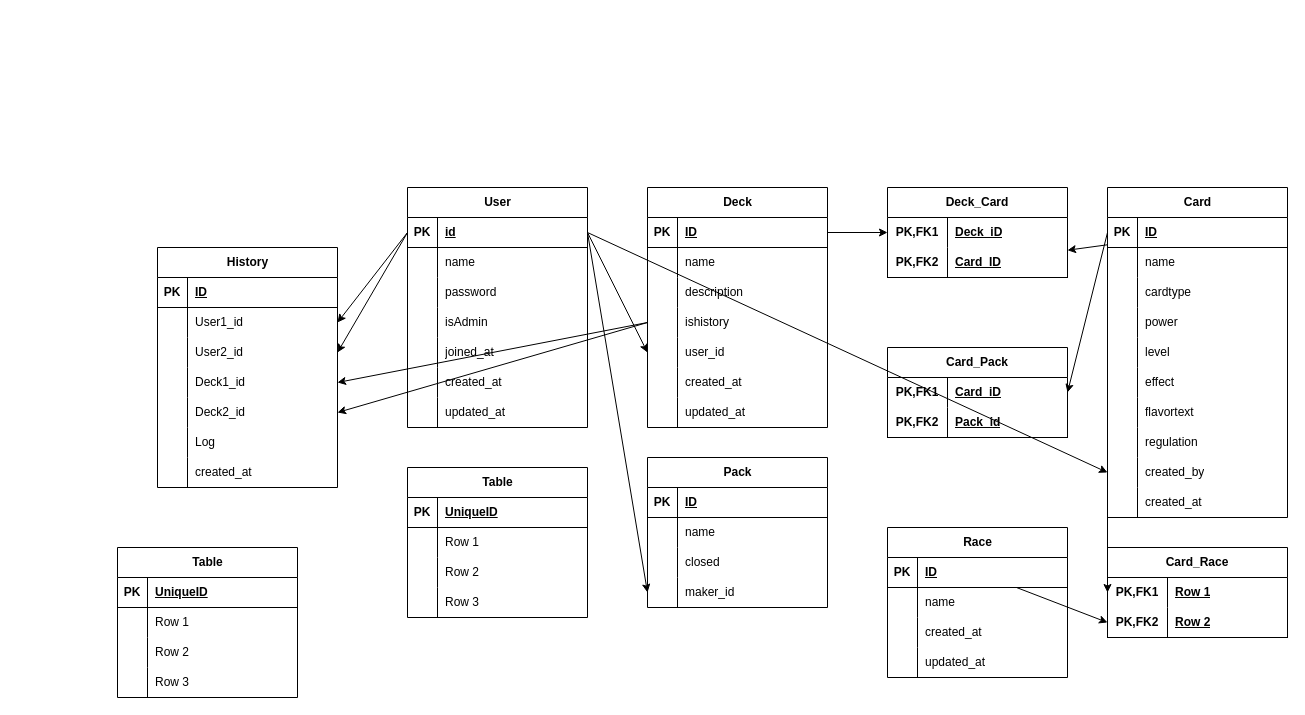
ClimbingJohnny/TCG-Project keeps this draw.io diagram as 名称未設定ファイル.drawio. Above is the earlier version. Source tidied: cells renumbered, new cells numbered last; positions are measured from the earlier drawing's top-left corner, leaving out a move shared by most shapes. Both pictures are drawn from the tidied source at 100%, with x=0, y=0 at pixel (117, 187).
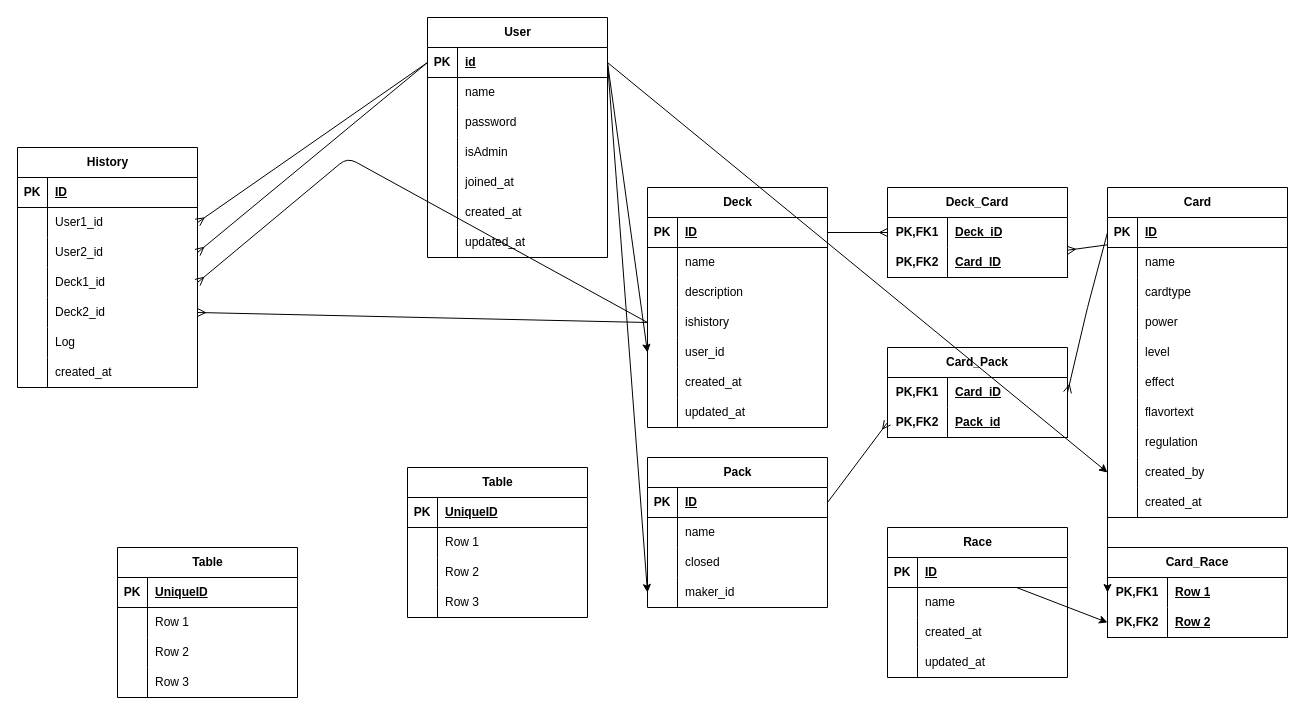
The same diagram, later.

The change refers to these unchanged cells:
```xml
<mxCell id="3" style="shape=tableRow;horizontal=0;startSize=0;swimlaneHead=0;swimlaneBody=0;fillColor=none;points=[[0,0.5],[1,0.5]];portConstraint=eastwest;top=0;left=0;right=0;bottom=1;" parent="2" vertex="1">
  <mxGeometry y="30" width="180" height="30" as="geometry" />
</mxCell>
<mxCell id="25" style="shape=tableRow;horizontal=0;startSize=0;swimlaneHead=0;swimlaneBody=0;fillColor=none;points=[[0,0.5],[1,0.5]];portConstraint=eastwest;top=0;left=0;right=0;bottom=1;" parent="24" vertex="1">
  <mxGeometry y="30" width="180" height="30" as="geometry" />
</mxCell>
<mxCell id="34" style="shape=tableRow;horizontal=0;startSize=0;swimlaneHead=0;swimlaneBody=0;fillColor=none;points=[[0,0.5],[1,0.5]];portConstraint=eastwest;top=0;left=0;right=0;bottom=0;" parent="24" vertex="1">
  <mxGeometry y="120" width="180" height="30" as="geometry" />
</mxCell>
<mxCell id="47" style="shape=tableRow;horizontal=0;startSize=0;swimlaneHead=0;swimlaneBody=0;fillColor=none;points=[[0,0.5],[1,0.5]];portConstraint=eastwest;top=0;left=0;right=0;bottom=1;" parent="46" vertex="1">
  <mxGeometry y="30" width="180" height="30" as="geometry" />
</mxCell>
<mxCell id="91" style="shape=tableRow;horizontal=0;startSize=0;swimlaneHead=0;swimlaneBody=0;fillColor=none;points=[[0,0.5],[1,0.5]];portConstraint=eastwest;top=0;left=0;right=0;bottom=0;html=1;" parent="90" vertex="1">
  <mxGeometry y="30" width="180" height="30" as="geometry" />
</mxCell>
<mxCell id="94" style="shape=tableRow;horizontal=0;startSize=0;swimlaneHead=0;swimlaneBody=0;fillColor=none;points=[[0,0.5],[1,0.5]];portConstraint=eastwest;top=0;left=0;right=0;bottom=1;html=1;" parent="90" vertex="1">
  <mxGeometry y="60" width="180" height="30" as="geometry" />
</mxCell>
<mxCell id="101" style="shape=tableRow;horizontal=0;startSize=0;swimlaneHead=0;swimlaneBody=0;fillColor=none;points=[[0,0.5],[1,0.5]];portConstraint=eastwest;top=0;left=0;right=0;bottom=0;html=1;" parent="100" vertex="1">
  <mxGeometry y="30" width="180" height="30" as="geometry" />
</mxCell>
<mxCell id="104" style="shape=tableRow;horizontal=0;startSize=0;swimlaneHead=0;swimlaneBody=0;fillColor=none;points=[[0,0.5],[1,0.5]];portConstraint=eastwest;top=0;left=0;right=0;bottom=1;html=1;" parent="100" vertex="1">
  <mxGeometry y="60" width="180" height="30" as="geometry" />
</mxCell>
<mxCell id="109" style="shape=tableRow;horizontal=0;startSize=0;swimlaneHead=0;swimlaneBody=0;fillColor=none;points=[[0,0.5],[1,0.5]];portConstraint=eastwest;top=0;left=0;right=0;bottom=1;" parent="108" vertex="1">
  <mxGeometry y="30" width="180" height="30" as="geometry" />
</mxCell>
<mxCell id="149" style="shape=tableRow;horizontal=0;startSize=0;swimlaneHead=0;swimlaneBody=0;fillColor=none;points=[[0,0.5],[1,0.5]];portConstraint=eastwest;top=0;left=0;right=0;bottom=0;" parent="145" vertex="1">
  <mxGeometry y="60" width="180" height="30" as="geometry" />
</mxCell>
<mxCell id="152" style="shape=tableRow;horizontal=0;startSize=0;swimlaneHead=0;swimlaneBody=0;fillColor=none;points=[[0,0.5],[1,0.5]];portConstraint=eastwest;top=0;left=0;right=0;bottom=0;" parent="145" vertex="1">
  <mxGeometry y="90" width="180" height="30" as="geometry" />
</mxCell>
<mxCell id="155" style="shape=tableRow;horizontal=0;startSize=0;swimlaneHead=0;swimlaneBody=0;fillColor=none;points=[[0,0.5],[1,0.5]];portConstraint=eastwest;top=0;left=0;right=0;bottom=0;" parent="145" vertex="1">
  <mxGeometry y="120" width="180" height="30" as="geometry" />
</mxCell>
<mxCell id="158" style="shape=tableRow;horizontal=0;startSize=0;swimlaneHead=0;swimlaneBody=0;fillColor=none;points=[[0,0.5],[1,0.5]];portConstraint=eastwest;top=0;left=0;right=0;bottom=0;" parent="145" vertex="1">
  <mxGeometry y="150" width="180" height="30" as="geometry" />
</mxCell>
```

The edit, as a diff of the source:
```diff
@@
     <mxCell id="2" value="User" style="shape=table;startSize=30;childLayout=tableLayout;rowLines=0;fontStyle=1;align=center;html=1;" parent="1" vertex="1">
-      <mxGeometry x="290" width="180" height="240" as="geometry" />
+      <mxGeometry x="310" y="-170" width="180" height="240" as="geometry" />
     </mxCell>
@@
-    <mxCell id="97" style="edgeStyle=none;html=1;" parent="1" edge="1" source="47" target="94">
+    <mxCell id="97" style="edgeStyle=none;html=1;endArrow=ERmany;endFill=0;" parent="1" edge="1" source="47" target="94">
       <mxGeometry relative="1" as="geometry" />
     </mxCell>
-    <mxCell id="98" style="edgeStyle=none;html=1;exitX=1;exitY=0.5;exitDx=0;exitDy=0;entryX=0;entryY=0.5;entryDx=0;entryDy=0;" parent="1" edge="1" source="25" target="91">
+    <mxCell id="98" style="edgeStyle=none;html=1;exitX=1;exitY=0.5;exitDx=0;exitDy=0;entryX=0;entryY=0.5;entryDx=0;entryDy=0;endArrow=ERmany;endFill=0;" parent="1" edge="1" source="25" target="91">
       <mxGeometry relative="1" as="geometry" />
     </mxCell>
@@
-    <mxCell id="107" style="edgeStyle=none;html=1;exitX=0;exitY=0.5;exitDx=0;exitDy=0;entryX=1;entryY=0.5;entryDx=0;entryDy=0;" parent="1" edge="1" source="47" target="101">
-      <mxGeometry relative="1" as="geometry" />
+    <mxCell id="107" style="edgeStyle=none;html=1;exitX=0;exitY=0.5;exitDx=0;exitDy=0;entryX=1;entryY=0.5;entryDx=0;entryDy=0;endArrow=ERmany;endFill=0;" parent="1" edge="1" source="47" target="101">
+      <mxGeometry relative="1" as="geometry">
+        <Array as="points">
+          <mxPoint x="970" y="120" />
+        </Array>
+      </mxGeometry>
     </mxCell>
@@
     <mxCell id="145" value="History" style="shape=table;startSize=30;childLayout=tableLayout;rowLines=0;fontStyle=1;align=center;html=1;" parent="1" vertex="1">
-      <mxGeometry x="40" y="60" width="180" height="240" as="geometry" />
+      <mxGeometry x="-100" y="-40" width="180" height="240" as="geometry" />
     </mxCell>
@@
-    <mxCell id="180" style="edgeStyle=none;html=1;entryX=1;entryY=0.5;entryDx=0;entryDy=0;exitX=0;exitY=0.5;exitDx=0;exitDy=0;" parent="1" edge="1" source="3" target="149">
+    <mxCell id="180" style="edgeStyle=none;html=1;entryX=1;entryY=0.5;entryDx=0;entryDy=0;exitX=0;exitY=0.5;exitDx=0;exitDy=0;endArrow=ERmany;endFill=0;" parent="1" edge="1" source="3" target="149">
       <mxGeometry relative="1" as="geometry" />
     </mxCell>
-    <mxCell id="181" style="edgeStyle=none;html=1;exitX=0;exitY=0.5;exitDx=0;exitDy=0;entryX=1;entryY=0.5;entryDx=0;entryDy=0;" parent="1" edge="1" source="3" target="152">
+    <mxCell id="181" style="edgeStyle=none;html=1;exitX=0;exitY=0.5;exitDx=0;exitDy=0;entryX=1;entryY=0.5;entryDx=0;entryDy=0;endArrow=ERmany;endFill=0;" parent="1" edge="1" source="3" target="152">
       <mxGeometry relative="1" as="geometry" />
     </mxCell>
-    <mxCell id="182" style="edgeStyle=none;html=1;exitX=0;exitY=0.5;exitDx=0;exitDy=0;entryX=1;entryY=0.5;entryDx=0;entryDy=0;" parent="1" edge="1" source="34" target="155">
-      <mxGeometry relative="1" as="geometry" />
+    <mxCell id="182" style="edgeStyle=none;html=1;exitX=0;exitY=0.5;exitDx=0;exitDy=0;entryX=1;entryY=0.5;entryDx=0;entryDy=0;endArrow=ERmany;endFill=0;" parent="1" edge="1" source="34" target="155">
+      <mxGeometry relative="1" as="geometry">
+        <Array as="points">
+          <mxPoint x="230" y="-30" />
+        </Array>
+      </mxGeometry>
     </mxCell>
-    <mxCell id="183" style="edgeStyle=none;html=1;exitX=0;exitY=0.5;exitDx=0;exitDy=0;entryX=1;entryY=0.5;entryDx=0;entryDy=0;" parent="1" edge="1" source="34" target="158">
+    <mxCell id="183" style="edgeStyle=none;html=1;exitX=0;exitY=0.5;exitDx=0;exitDy=0;entryX=1;entryY=0.5;entryDx=0;entryDy=0;endArrow=ERmany;endFill=0;" parent="1" edge="1" source="34" target="158">
       <mxGeometry relative="1" as="geometry" />
     </mxCell>
+    <mxCell id="184" style="edgeStyle=none;html=1;exitX=1;exitY=0.5;exitDx=0;exitDy=0;entryX=0;entryY=0.5;entryDx=0;entryDy=0;endArrow=ERmany;endFill=0;" parent="1" edge="1" source="109" target="104">
+      <mxGeometry relative="1" as="geometry" />
+    </mxCell>
```
